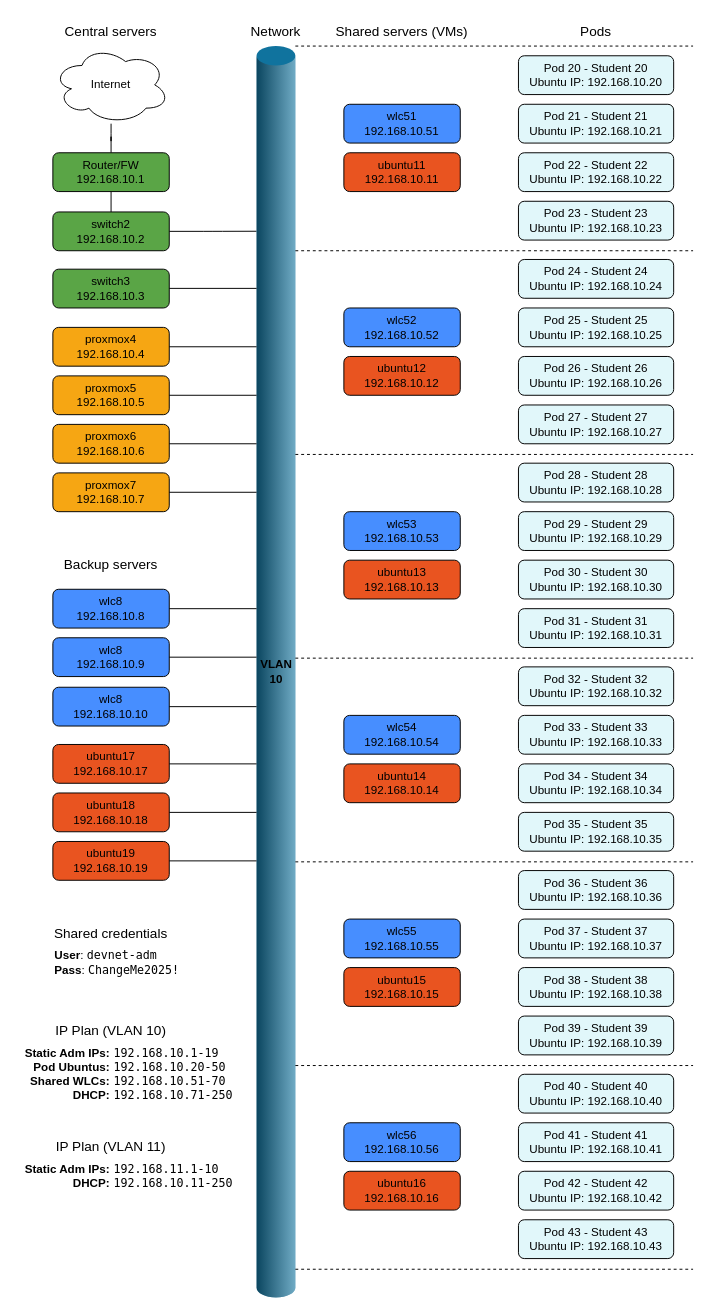
akoksrud/wifi-automation keeps this draw.io diagram as gitbook/.gitbook/assets/topology.drawio. Above is the earlier version. Source tidied: cells renumbered, new cells numbered last; positions are measured from the earlier drawing's top-left corner, leaving out a move shared by most shapes. Both pictures are drawn from the tidied source at 97%, with x=0, y=0 at pixel (16, 16).
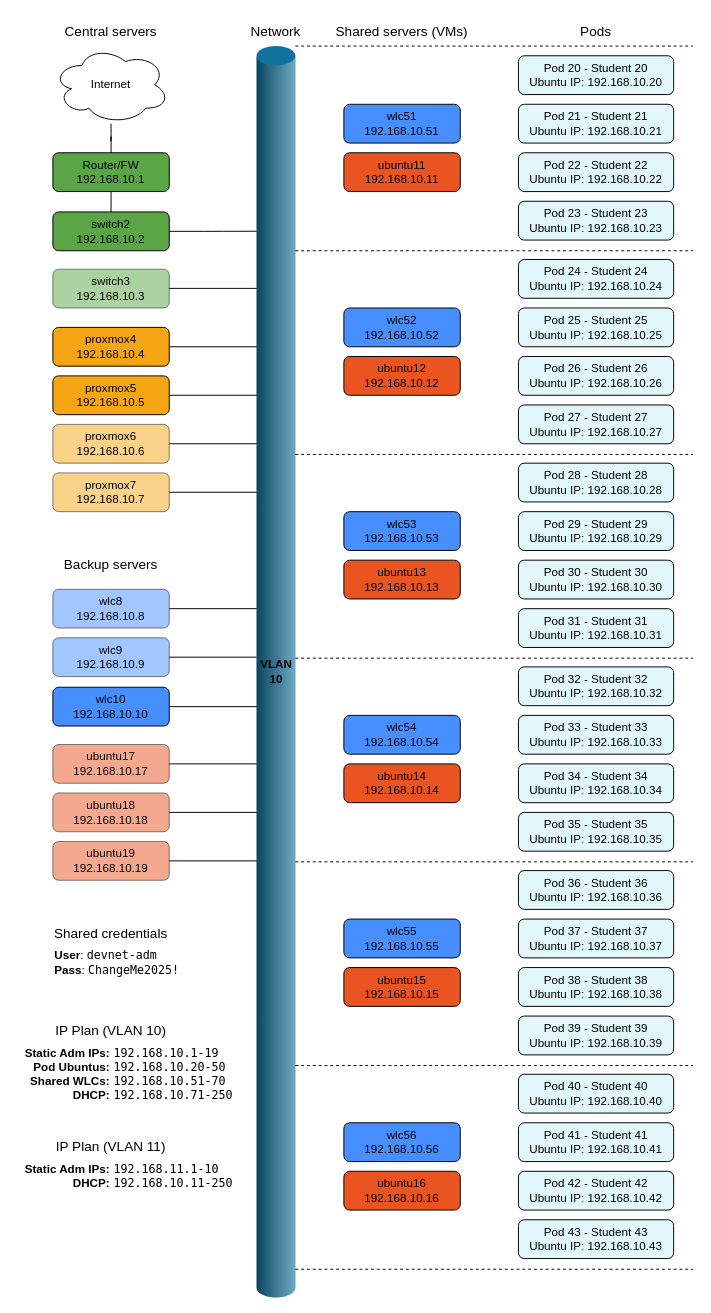
Above is the later version.

What changed in the source:
```diff
@@
-    <mxCell id="6" value="switch3&#10;192.168.10.3" style="rounded=1;whiteSpace=wrap;html=1;fillColor=#5AA546;" parent="1" vertex="1">
+    <mxCell id="6" value="switch3&#10;192.168.10.3" style="rounded=1;whiteSpace=wrap;html=1;fillColor=#5AA546;opacity=50;" parent="1" vertex="1">
       <mxGeometry x="37" y="260" width="120" height="40" as="geometry" />
     </mxCell>
@@
-    <mxCell id="10" value="proxmox6&#10;192.168.10.6" style="rounded=1;whiteSpace=wrap;html=1;fillColor=#F6A613;" parent="1" vertex="1">
+    <mxCell id="10" value="proxmox6&#10;192.168.10.6" style="rounded=1;whiteSpace=wrap;html=1;fillColor=#F6A613;opacity=50;" parent="1" vertex="1">
       <mxGeometry x="37" y="420" width="120" height="40" as="geometry" />
     </mxCell>
-    <mxCell id="11" value="proxmox7&#10;192.168.10.7" style="rounded=1;whiteSpace=wrap;html=1;fillColor=#F6A613;" parent="1" vertex="1">
+    <mxCell id="11" value="proxmox7&#10;192.168.10.7" style="rounded=1;whiteSpace=wrap;html=1;fillColor=#F6A613;opacity=50;" parent="1" vertex="1">
       <mxGeometry x="37" y="470" width="120" height="40" as="geometry" />
     </mxCell>
-    <mxCell id="12" value="wlc8&lt;br&gt;192.168.10.8" style="rounded=1;whiteSpace=wrap;html=1;fillColor=#478EFF;strokeColor=light-dark(#000000,#FFFFFF);" parent="1" vertex="1">
+    <mxCell id="12" value="wlc8&lt;br&gt;192.168.10.8" style="rounded=1;whiteSpace=wrap;html=1;fillColor=#478EFF;strokeColor=light-dark(#000000,#FFFFFF);opacity=50;" parent="1" vertex="1">
       <mxGeometry x="37" y="590" width="120" height="40" as="geometry" />
     </mxCell>
@@
-    <mxCell id="69" value="wlc8&lt;br&gt;192.168.10.9" style="rounded=1;whiteSpace=wrap;html=1;fillColor=#478EFF;strokeColor=light-dark(#000000,#FFFFFF);" parent="1" vertex="1">
+    <mxCell id="69" value="wlc9&lt;br&gt;192.168.10.9" style="rounded=1;whiteSpace=wrap;html=1;fillColor=#478EFF;strokeColor=light-dark(#000000,#FFFFFF);opacity=50;" parent="1" vertex="1">
       <mxGeometry x="37" y="640" width="120" height="40" as="geometry" />
     </mxCell>
@@
-    <mxCell id="71" value="wlc8&lt;br&gt;192.168.10.10" style="rounded=1;whiteSpace=wrap;html=1;fillColor=#478EFF;strokeColor=light-dark(#000000,#FFFFFF);" parent="1" vertex="1">
+    <mxCell id="71" value="wlc10&lt;br&gt;192.168.10.10" style="rounded=1;whiteSpace=wrap;html=1;fillColor=#478EFF;strokeColor=light-dark(#000000,#FFFFFF);" parent="1" vertex="1">
       <mxGeometry x="37" y="691" width="120" height="40" as="geometry" />
     </mxCell>
@@
-    <mxCell id="73" value="ubuntu17&lt;br&gt;192.168.10.17" style="rounded=1;whiteSpace=wrap;html=1;fillColor=#E95420;strokeColor=light-dark(#000000,#FFFFFF);" parent="1" vertex="1">
+    <mxCell id="73" value="ubuntu17&lt;br&gt;192.168.10.17" style="rounded=1;whiteSpace=wrap;html=1;fillColor=#E95420;strokeColor=light-dark(#000000,#FFFFFF);opacity=50;" parent="1" vertex="1">
       <mxGeometry x="37" y="750" width="120" height="40" as="geometry" />
     </mxCell>
@@
-    <mxCell id="75" value="ubuntu18&lt;br&gt;192.168.10.18" style="rounded=1;whiteSpace=wrap;html=1;fillColor=#E95420;strokeColor=light-dark(#000000,#FFFFFF);" parent="1" vertex="1">
+    <mxCell id="75" value="ubuntu18&lt;br&gt;192.168.10.18" style="rounded=1;whiteSpace=wrap;html=1;fillColor=#E95420;strokeColor=light-dark(#000000,#FFFFFF);opacity=50;" parent="1" vertex="1">
       <mxGeometry x="37" y="800" width="120" height="40" as="geometry" />
     </mxCell>
@@
-    <mxCell id="77" value="ubuntu19&lt;br&gt;192.168.10.19" style="rounded=1;whiteSpace=wrap;html=1;fillColor=#E95420;strokeColor=light-dark(#000000,#FFFFFF);" parent="1" vertex="1">
+    <mxCell id="77" value="ubuntu19&lt;br&gt;192.168.10.19" style="rounded=1;whiteSpace=wrap;html=1;fillColor=#E95420;strokeColor=light-dark(#000000,#FFFFFF);opacity=50;" parent="1" vertex="1">
       <mxGeometry x="37" y="850" width="120" height="40" as="geometry" />
     </mxCell>
```
